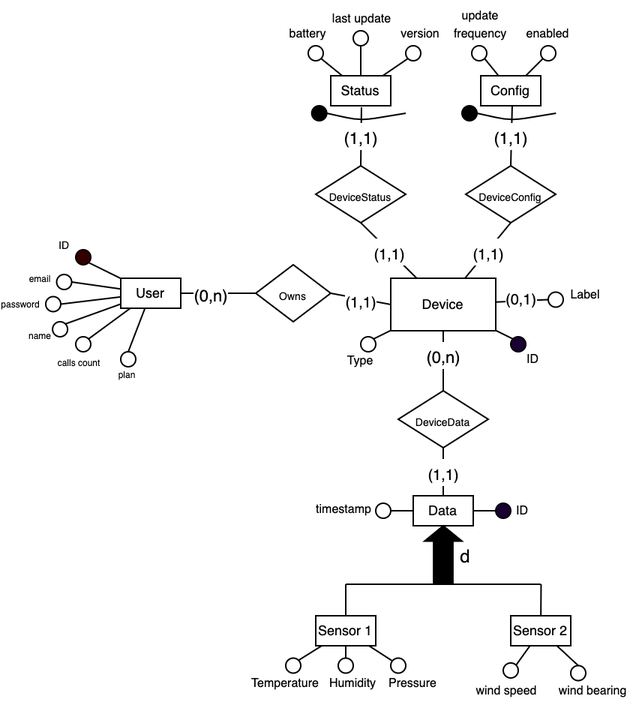
The draw.io diagram documentation/database/er_diagram.png in lucamoroz/iot-dashboard, before a commit. Source tidied: cells renumbered, new cells last; positions are measured from the earlier drawing's top-left corner, leaving out a move shared by most shapes.
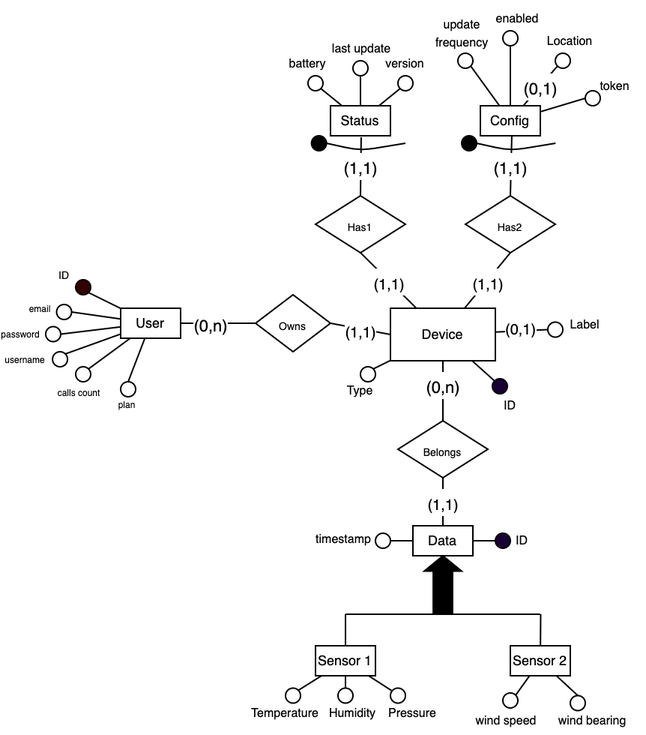
The same diagram one commit later.

Change to the diagram source:
```diff
@@ -32,7 +32,7 @@
     <mxCell id="10" value="Data" style="text;align=center;verticalAlign=middle;spacingLeft=4;spacingRight=4;strokeColor=#000000;fillColor=#ffffff;points=[[0,0.5],[1,0.5]];portConstraint=eastwest;fontSize=9;" parent="1" vertex="1">
       <mxGeometry x="275" y="330" width="40" height="20" as="geometry" />
     </mxCell>
-    <mxCell id="11" value="&lt;font style=&quot;font-size: 7px&quot;&gt;DeviceStatus&lt;/font&gt;" style="shape=rhombus;strokeWidth=1;fontSize=12;perimeter=rhombusPerimeter;whiteSpace=wrap;html=1;align=center;" parent="1" vertex="1">
+    <mxCell id="11" value="&lt;font style=&quot;font-size: 7px&quot;&gt;Has1&lt;/font&gt;" style="shape=rhombus;strokeWidth=1;fontSize=12;perimeter=rhombusPerimeter;whiteSpace=wrap;html=1;align=center;" parent="1" vertex="1">
       <mxGeometry x="210" y="110" width="60" height="38" as="geometry" />
     </mxCell>
     <mxCell id="12" value="&lt;font style=&quot;font-size: 10px&quot;&gt;(1,1)&lt;/font&gt;" style="endArrow=none;html=1;fontSize=15;exitX=0.5;exitY=1;exitDx=0;exitDy=0;" parent="1" edge="1" source="11" target="7">
@@ -41,7 +41,7 @@
     <mxCell id="13" value="&lt;font style=&quot;font-size: 11px&quot;&gt;(1,1)&lt;/font&gt;" style="endArrow=none;html=1;fontSize=15;rounded=0;strokeColor=#000000;entryX=0.5;entryY=0;exitX=0.512;exitY=1.048;exitDx=0;exitDy=0;entryDx=0;entryDy=0;exitPerimeter=0;" parent="1" edge="1" source="8" target="11">
       <mxGeometry x="-0.02" relative="1" as="geometry" />
     </mxCell>
-    <mxCell id="14" value="&lt;font style=&quot;font-size: 7px&quot;&gt;DeviceConfig&lt;/font&gt;" style="shape=rhombus;strokeWidth=1;fontSize=12;perimeter=rhombusPerimeter;whiteSpace=wrap;html=1;align=center;" parent="1" vertex="1">
+    <mxCell id="14" value="&lt;font style=&quot;font-size: 7px&quot;&gt;Has2&lt;/font&gt;" style="shape=rhombus;strokeWidth=1;fontSize=12;perimeter=rhombusPerimeter;whiteSpace=wrap;html=1;align=center;" parent="1" vertex="1">
       <mxGeometry x="310" y="110" width="60" height="38" as="geometry" />
     </mxCell>
     <mxCell id="15" value="&lt;span style=&quot;font-size: 10px&quot;&gt;(1,1)&lt;/span&gt;" style="endArrow=none;html=1;fontSize=15;exitX=0.5;exitY=1;exitDx=0;exitDy=0;" parent="1" edge="1" source="14" target="7">
@@ -56,7 +56,7 @@
         <mxPoint x="310" y="257" as="targetPoint" />
       </mxGeometry>
     </mxCell>
-    <mxCell id="18" value="&lt;font style=&quot;font-size: 7px&quot;&gt;DeviceData&lt;/font&gt;" style="shape=rhombus;strokeWidth=1;fontSize=12;perimeter=rhombusPerimeter;whiteSpace=wrap;html=1;align=center;" parent="1" vertex="1">
+    <mxCell id="18" value="&lt;font style=&quot;font-size: 7px&quot;&gt;Belongs&lt;/font&gt;" style="shape=rhombus;strokeWidth=1;fontSize=12;perimeter=rhombusPerimeter;whiteSpace=wrap;html=1;align=center;" parent="1" vertex="1">
       <mxGeometry x="265" y="260" width="60" height="38" as="geometry" />
     </mxCell>
     <mxCell id="19" value="&lt;font style=&quot;font-size: 10px&quot;&gt;(1,1)&lt;/font&gt;" style="endArrow=none;html=1;fontSize=15;exitX=0.5;exitY=1;exitDx=0;exitDy=0;" parent="1" edge="1" source="18" target="10">
@@ -159,8 +159,8 @@
     <mxCell id="49" style="endArrow=none;html=1;fontSize=17;entryX=1;entryY=0;entryDx=0;entryDy=0;" parent="1" edge="1" source="2" target="48">
       <mxGeometry relative="1" as="geometry" />
     </mxCell>
-    <mxCell id="50" value="&lt;span style=&quot;font-size: 6px&quot;&gt;name&lt;/span&gt;" style="text;html=1;strokeColor=none;fillColor=none;align=center;verticalAlign=middle;whiteSpace=wrap;rounded=0;fontSize=10;" parent="1" vertex="1">
-      <mxGeometry x="19.1" y="218" width="15.4" height="6" as="geometry" />
+    <mxCell id="50" value="&lt;span style=&quot;font-size: 6px&quot;&gt;username&lt;/span&gt;" style="text;html=1;strokeColor=none;fillColor=none;align=center;verticalAlign=middle;whiteSpace=wrap;rounded=0;fontSize=10;" parent="1" vertex="1">
+      <mxGeometry x="2.7" y="210" width="27.3" height="14" as="geometry" />
     </mxCell>
     <mxCell id="51" style="ellipse;whiteSpace=wrap;html=1;fontSize=17;fillColor=none;" parent="1" vertex="1">
       <mxGeometry x="80" y="234" width="10" height="10" as="geometry" />
@@ -211,28 +211,28 @@
       <mxGeometry relative="1" as="geometry" />
     </mxCell>
     <mxCell id="67" style="ellipse;whiteSpace=wrap;html=1;fontSize=17;fillColor=none;" parent="1" vertex="1">
-      <mxGeometry x="270" y="30" width="10" height="10" as="geometry" />
+      <mxGeometry x="265" y="30" width="10" height="10" as="geometry" />
     </mxCell>
     <mxCell id="68" value="&lt;span style=&quot;font-size: 8px&quot;&gt;version&lt;/span&gt;" style="text;html=1;strokeColor=none;fillColor=none;align=center;verticalAlign=middle;whiteSpace=wrap;rounded=0;fontSize=10;" parent="1" vertex="1">
-      <mxGeometry x="260" y="10" width="40" height="20" as="geometry" />
+      <mxGeometry x="250" y="10" width="40" height="20" as="geometry" />
     </mxCell>
     <mxCell id="69" style="endArrow=none;html=1;fontSize=17;exitX=1;exitY=1;exitDx=0;exitDy=0;" parent="1" edge="1" source="70" target="9">
       <mxGeometry relative="1" as="geometry" />
     </mxCell>
     <mxCell id="70" style="ellipse;whiteSpace=wrap;html=1;fontSize=17;fillColor=none;" parent="1" vertex="1">
-      <mxGeometry x="314" y="30" width="10" height="10" as="geometry" />
+      <mxGeometry x="305" y="15" width="10" height="10" as="geometry" />
     </mxCell>
     <mxCell id="71" value="&lt;span style=&quot;font-size: 8px&quot;&gt;update frequency&lt;/span&gt;" style="text;html=1;strokeColor=none;fillColor=none;align=center;verticalAlign=middle;whiteSpace=wrap;rounded=0;fontSize=10;" parent="1" vertex="1">
-      <mxGeometry x="300" y="4" width="40" height="20" as="geometry" />
+      <mxGeometry x="288" y="-10" width="40" height="20" as="geometry" />
     </mxCell>
-    <mxCell id="72" style="endArrow=none;html=1;fontSize=17;exitX=0;exitY=1;exitDx=0;exitDy=0;" parent="1" edge="1" source="73" target="9">
+    <mxCell id="72" style="endArrow=none;html=1;fontSize=17;exitX=0.5;exitY=1;exitDx=0;exitDy=0;" parent="1" edge="1" source="73" target="9">
       <mxGeometry relative="1" as="geometry" />
     </mxCell>
     <mxCell id="73" style="ellipse;whiteSpace=wrap;html=1;fontSize=17;fillColor=none;" parent="1" vertex="1">
-      <mxGeometry x="360" y="30" width="10" height="10" as="geometry" />
+      <mxGeometry x="335" width="10" height="10" as="geometry" />
     </mxCell>
     <mxCell id="74" value="&lt;span style=&quot;font-size: 8px&quot;&gt;enabled&lt;/span&gt;" style="text;html=1;strokeColor=none;fillColor=none;align=center;verticalAlign=middle;whiteSpace=wrap;rounded=0;fontSize=10;" parent="1" vertex="1">
-      <mxGeometry x="345" y="10" width="40" height="20" as="geometry" />
+      <mxGeometry x="325" y="-20" width="40" height="20" as="geometry" />
     </mxCell>
     <mxCell id="75" style="endArrow=none;html=1;fontSize=17;exitX=1;exitY=0;exitDx=0;exitDy=0;" parent="1" edge="1" source="76" target="7">
       <mxGeometry relative="1" as="geometry" />
@@ -247,10 +247,10 @@
       <mxGeometry relative="1" as="geometry" />
     </mxCell>
     <mxCell id="79" style="ellipse;whiteSpace=wrap;html=1;fontSize=17;fillColor=#190033;" parent="1" vertex="1">
-      <mxGeometry x="340" y="224" width="10" height="10" as="geometry" />
+      <mxGeometry x="328" y="232" width="10" height="10" as="geometry" />
     </mxCell>
     <mxCell id="80" value="&lt;font style=&quot;font-size: 8px&quot;&gt;ID&lt;/font&gt;" style="text;html=1;strokeColor=none;fillColor=none;align=center;verticalAlign=middle;whiteSpace=wrap;rounded=0;fontSize=10;" parent="1" vertex="1">
-      <mxGeometry x="345" y="233" width="20" height="8" as="geometry" />
+      <mxGeometry x="330" y="244" width="20" height="8" as="geometry" />
     </mxCell>
     <mxCell id="81" style="endArrow=none;html=1;fontSize=17;exitX=0;exitY=0.5;exitDx=0;exitDy=0;" parent="1" edge="1" source="82" target="10">
       <mxGeometry relative="1" as="geometry" />
@@ -304,8 +304,23 @@
     <mxCell id="94" value="&lt;span style=&quot;color: rgb(0 , 0 , 0) ; font-family: &amp;#34;helvetica&amp;#34; ; font-size: 10px ; font-style: normal ; font-weight: 400 ; letter-spacing: normal ; text-align: center ; text-indent: 0px ; text-transform: none ; word-spacing: 0px ; background-color: rgb(255 , 255 , 255) ; display: inline ; float: none&quot;&gt;(0,1)&lt;/span&gt;" style="text;whiteSpace=wrap;html=1;" parent="1" vertex="1">
       <mxGeometry x="335" y="185" width="25" height="24" as="geometry" />
     </mxCell>
-    <mxCell id="95" value="d" style="text;html=1;strokeColor=none;fillColor=none;align=center;verticalAlign=middle;whiteSpace=wrap;rounded=0;" parent="1" vertex="1">
-      <mxGeometry x="295" y="359.5" width="30" height="20" as="geometry" />
-    </mxCell>
+    <mxCell id="96" style="ellipse;whiteSpace=wrap;html=1;fontSize=17;fillColor=none;" parent="1" vertex="1">
+      <mxGeometry x="370" y="15" width="10" height="10" as="geometry" />
+    </mxCell>
+    <mxCell id="97" value="&lt;span style=&quot;font-size: 8px&quot;&gt;Location&lt;/span&gt;" style="text;html=1;strokeColor=none;fillColor=none;align=center;verticalAlign=middle;whiteSpace=wrap;rounded=0;fontSize=10;" parent="1" vertex="1">
+      <mxGeometry x="360" y="-5" width="40" height="20" as="geometry" />
+    </mxCell>
+    <mxCell id="98" value="&lt;font style=&quot;font-size: 11px&quot;&gt;(0,1)&lt;/font&gt;" style="endArrow=none;html=1;fontSize=15;rounded=0;strokeColor=#000000;exitX=0;exitY=1;exitDx=0;exitDy=0;" parent="1" edge="1" source="96" target="9">
+      <mxGeometry x="-0.01" relative="1" as="geometry" />
+    </mxCell>
+    <mxCell id="99" style="endArrow=none;html=1;fontSize=17;exitX=0;exitY=0.5;exitDx=0;exitDy=0;" parent="1" edge="1" source="100" target="9">
+      <mxGeometry relative="1" as="geometry" />
+    </mxCell>
+    <mxCell id="100" style="ellipse;whiteSpace=wrap;html=1;fontSize=17;fillColor=none;" parent="1" vertex="1">
+      <mxGeometry x="390" y="40" width="10" height="10" as="geometry" />
+    </mxCell>
+    <mxCell id="101" value="&lt;span style=&quot;font-size: 8px&quot;&gt;token&lt;/span&gt;" style="text;html=1;strokeColor=none;fillColor=none;align=center;verticalAlign=middle;whiteSpace=wrap;rounded=0;fontSize=10;" parent="1" vertex="1">
+      <mxGeometry x="390" y="25" width="40" height="20" as="geometry" />
+    </mxCell>
   </root>
 </mxGraphModel>
```
